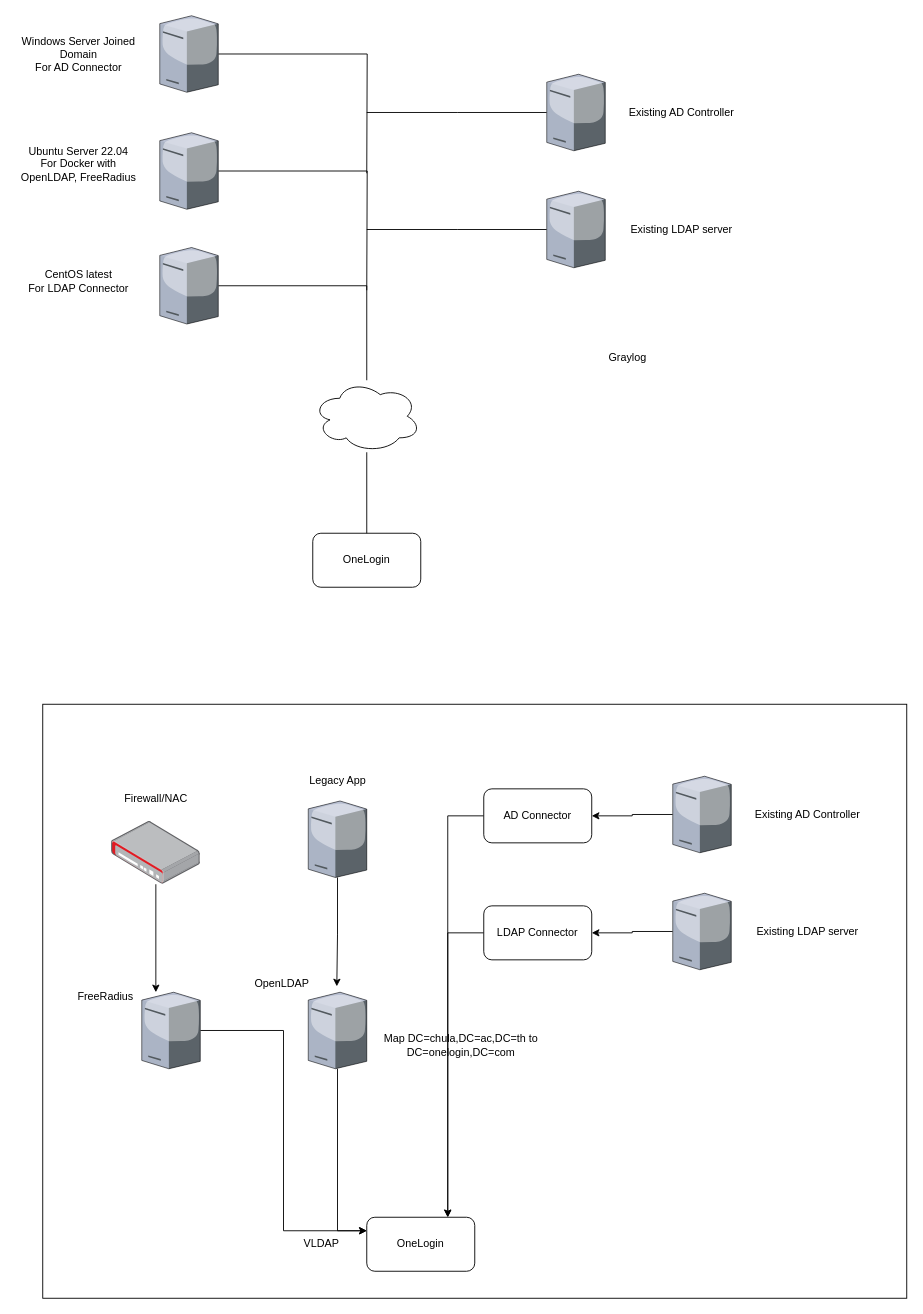
This is cu_poc.drawio from awtbet/mock, a draw.io file, before an edit. Source tidied: cells renumbered, new cells numbered last; positions are measured from the earlier drawing's top-left corner, leaving out a move shared by most shapes. Both pictures are drawn from the tidied source at 90%, with x=0, y=0 at pixel (15, 15).
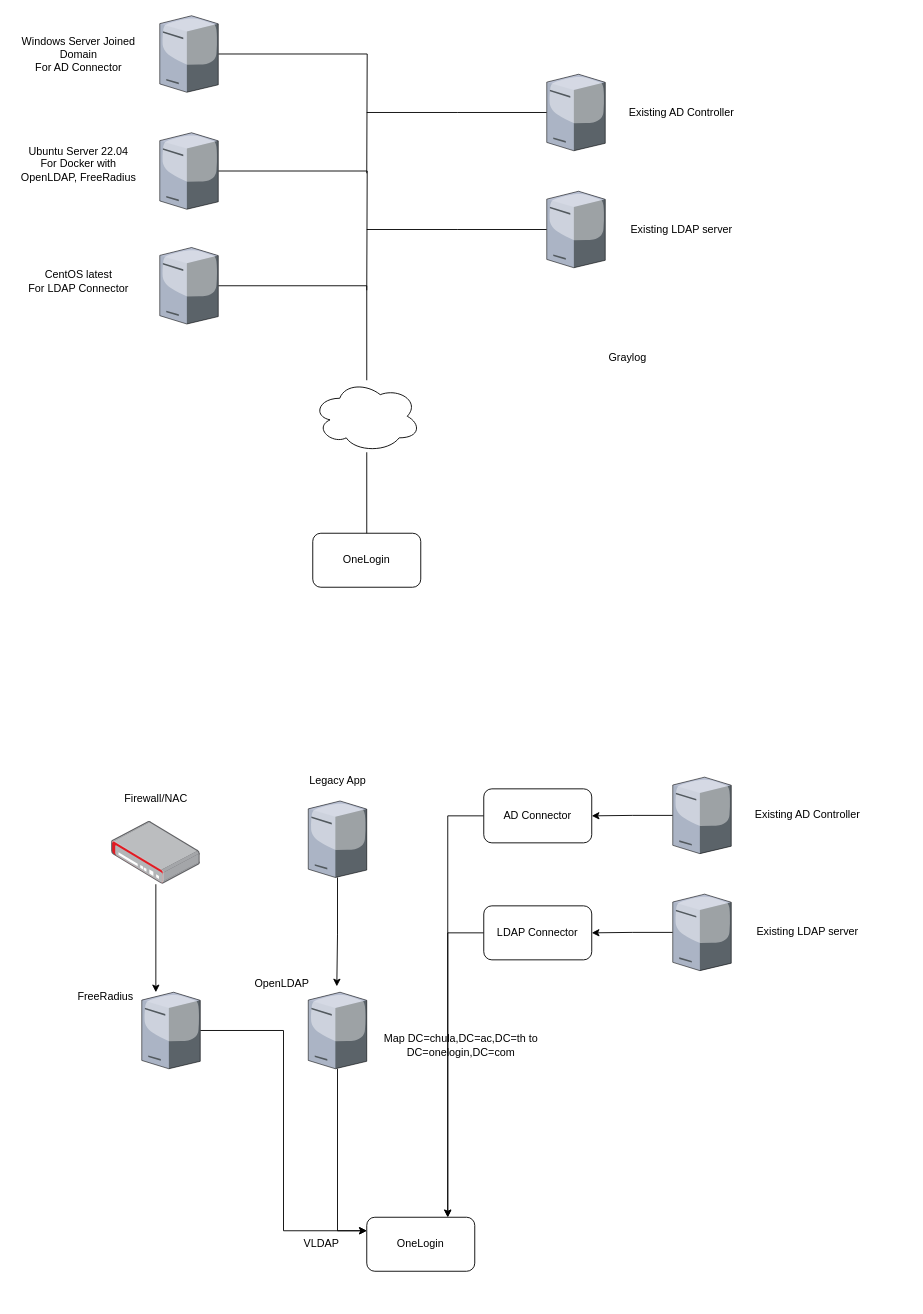
The same page after the edit.

Change to the diagram source:
```diff
@@
     <mxCell id="27" style="verticalLabelPosition=bottom;html=1;verticalAlign=top;strokeColor=none;shape=mxgraph.citrix.tower_server;rounded=0;shadow=0;comic=0;fontFamily=Verdana;" parent="1" vertex="1">
-      <mxGeometry x="730" y="845" width="65" height="85" as="geometry" />
+      <mxGeometry x="730" y="846" width="65" height="85" as="geometry" />
     </mxCell>
@@
     <mxCell id="29" style="verticalLabelPosition=bottom;html=1;verticalAlign=top;strokeColor=none;shape=mxgraph.citrix.tower_server;rounded=0;shadow=0;comic=0;fontFamily=Verdana;" parent="1" vertex="1">
-      <mxGeometry x="730" y="975" width="65" height="85" as="geometry" />
+      <mxGeometry x="730" y="976" width="65" height="85" as="geometry" />
     </mxCell>
@@
-    <mxCell id="46" style="rounded=0;whiteSpace=wrap;html=1;fillColor=none;" parent="1" vertex="1">
-      <mxGeometry x="30" y="765" width="960" height="660" as="geometry" />
-    </mxCell>
```
